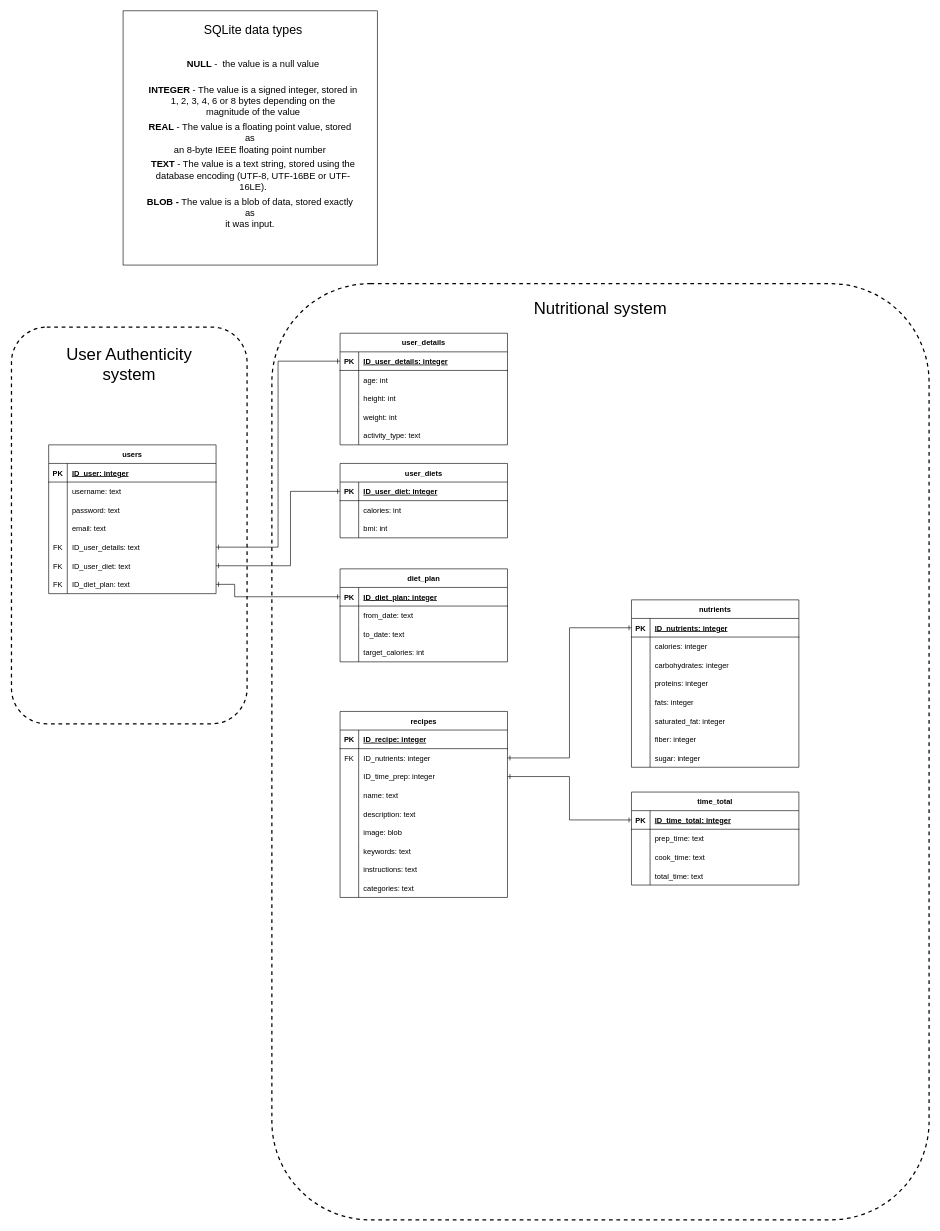
Above: page "backend-database-schema" (3 of 4) of documentation/keep-fit-diagrams.drawio in sgabriel190/keep-fit (draw.io), before the change. Source tidied: cells renumbered, new cells numbered last; positions are measured from the earlier drawing's top-left corner, leaving out a move shared by most shapes. Both pictures are drawn from the tidied source at 62%, with x=0, y=0 at pixel (11, 11).
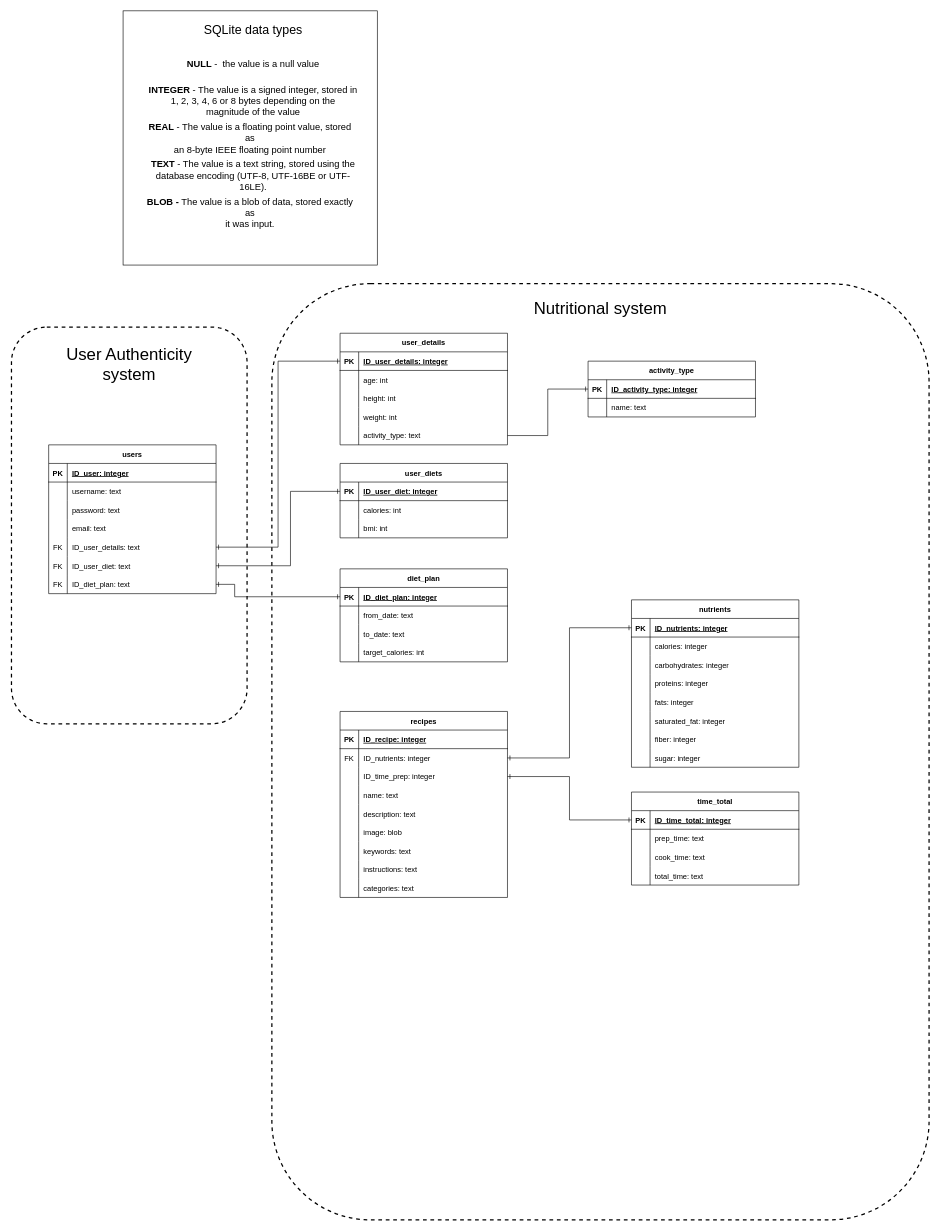
The same diagram, later.

Unchanged cells that the change refers to:
```xml
<mxCell id="50" style="shape=partialRectangle;fillColor=none;top=0;left=0;bottom=0;right=0;points=[[0,0.5],[1,0.5]];portConstraint=eastwest;" parent="37" vertex="1">
  <mxGeometry y="150" width="270" height="30" as="geometry" />
</mxCell>
```

Change to the diagram source:
```diff
@@
+    <mxCell id="145" value="activity_type" style="shape=table;startSize=30;childLayout=tableLayout;rowLines=0;fontStyle=1;align=center;" parent="1" vertex="1">
+      <mxGeometry x="930" y="565" width="270" height="90" as="geometry" />
+    </mxCell>
+    <mxCell id="146" style="shape=partialRectangle;fillColor=none;top=0;left=0;bottom=1;right=0;points=[[0,0.5],[1,0.5]];portConstraint=eastwest;" parent="145" vertex="1">
+      <mxGeometry y="30" width="270" height="30" as="geometry" />
+    </mxCell>
+    <mxCell id="147" value="PK" style="shape=partialRectangle;fillColor=none;top=0;left=0;bottom=0;right=0;fontStyle=1;overflow=hidden;" parent="146" vertex="1">
+      <mxGeometry width="30" height="30" as="geometry" />
+    </mxCell>
+    <mxCell id="148" value="ID_activity_type: integer" style="shape=partialRectangle;fillColor=none;top=0;left=0;bottom=0;right=0;align=left;spacingLeft=6;fontStyle=5;overflow=hidden;" parent="146" vertex="1">
+      <mxGeometry x="30" width="240" height="30" as="geometry" />
+    </mxCell>
+    <mxCell id="149" style="shape=partialRectangle;fillColor=none;top=0;left=0;bottom=0;right=0;" parent="145" vertex="1">
+      <mxGeometry y="60" width="270" height="30" as="geometry" />
+    </mxCell>
+    <mxCell id="150" style="shape=partialRectangle;fillColor=none;top=0;left=0;bottom=0;right=0;overflow=hidden;" parent="149" vertex="1">
+      <mxGeometry width="30" height="30" as="geometry" />
+    </mxCell>
+    <mxCell id="151" value="name: text" style="shape=partialRectangle;fillColor=none;top=0;left=0;bottom=0;right=0;align=left;spacingLeft=6;overflow=hidden;" parent="149" vertex="1">
+      <mxGeometry x="30" width="240" height="30" as="geometry" />
+    </mxCell>
+    <mxCell id="152" style="edgeStyle=orthogonalEdgeStyle;rounded=0;jettySize=auto;html=1;entryX=1;entryY=0.5;entryDx=0;entryDy=0;startArrow=ERone;startFill=0;endArrow=none;endFill=0;" parent="1" edge="1" source="146" target="50">
+      <mxGeometry relative="1" as="geometry" />
+    </mxCell>
```
